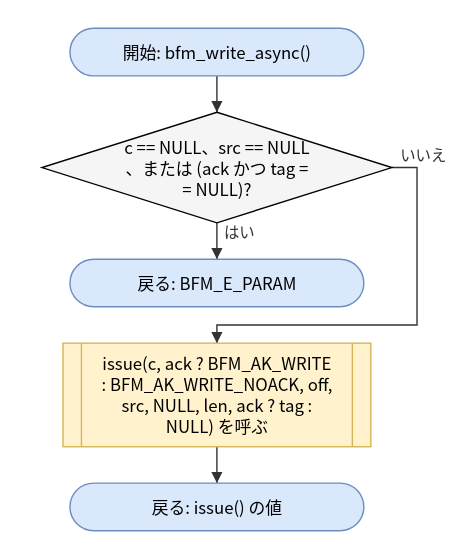
The draw.io diagram doc/spec/images/flow_src_bfm_async-bfm_write_async.drawio.svg in hf355051012-ai/bfmem, before a commit. Source tidied: cells renumbered, new cells last; positions are measured from the earlier drawing's top-left corner, leaving out a move shared by most shapes. The source it was exported from:
```xml
<mxGraphModel>
  <root>
    <mxCell id="0" />
    <mxCell id="1" parent="0" />
    <mxCell id="2" value="開始: bfm_write_async()" style="rounded=1;arcSize=50;whiteSpace=wrap;html=1;fillColor=#dae8fc;strokeColor=#6c8ebf;" parent="1" vertex="1">
      <mxGeometry x="20" width="210" height="34" as="geometry" />
    </mxCell>
    <mxCell id="3" value="c == NULL、src == NULL&lt;br&gt;、または (ack かつ tag =&lt;br&gt;= NULL)?" style="rhombus;whiteSpace=wrap;html=1;fillColor=#f5f5f5;" parent="1" vertex="1">
      <mxGeometry y="60" width="250" height="79" as="geometry" />
    </mxCell>
    <mxCell id="4" value="戻る: BFM_E_PARAM" style="rounded=1;arcSize=50;whiteSpace=wrap;html=1;fillColor=#dae8fc;strokeColor=#6c8ebf;" parent="1" vertex="1">
      <mxGeometry x="20" y="165" width="210" height="34" as="geometry" />
    </mxCell>
    <mxCell id="5" value="issue(c, ack ? BFM_AK_WRITE&lt;br&gt;: BFM_AK_WRITE_NOACK, off,&lt;br&gt;src, NULL, len, ack ? tag :&lt;br&gt;NULL) を呼ぶ" style="shape=process;whiteSpace=wrap;html=1;backgroundOutline=1;size=0.06;fillColor=#fff2cc;strokeColor=#d6b656;" parent="1" vertex="1">
      <mxGeometry x="15" y="225" width="220" height="74" as="geometry" />
    </mxCell>
    <mxCell id="6" value="戻る: issue() の値" style="rounded=1;arcSize=50;whiteSpace=wrap;html=1;fillColor=#dae8fc;strokeColor=#6c8ebf;" parent="1" vertex="1">
      <mxGeometry x="20" y="325" width="210" height="34" as="geometry" />
    </mxCell>
    <mxCell id="7" style="edgeStyle=none;html=1;rounded=0;endArrow=block;endFill=1;exitX=0.5000;exitY=1.0000;exitDx=0;exitDy=0;exitPerimeter=0;entryX=0.5000;entryY=0.0000;entryDx=0;entryDy=0;entryPerimeter=0;" parent="1" edge="1" source="2" target="3">
      <mxGeometry relative="1" as="geometry" />
    </mxCell>
    <mxCell id="8" value="はい" style="edgeStyle=none;html=1;rounded=0;endArrow=block;endFill=1;exitX=0.5000;exitY=1.0000;exitDx=0;exitDy=0;exitPerimeter=0;entryX=0.5000;entryY=0.0000;entryDx=0;entryDy=0;entryPerimeter=0;" parent="1" edge="1" source="3" target="4">
      <mxGeometry relative="1" as="geometry" />
    </mxCell>
    <mxCell id="9" value="いいえ" style="edgeStyle=none;html=1;rounded=0;endArrow=block;endFill=1;exitX=1.0000;exitY=0.5000;exitDx=0;exitDy=0;exitPerimeter=0;entryX=0.5000;entryY=0.0000;entryDx=0;entryDy=0;entryPerimeter=0;" parent="1" edge="1" source="3" target="5">
      <mxGeometry relative="1" as="geometry">
        <Array as="points">
          <mxPoint x="268" y="99.5" />
          <mxPoint x="268" y="212" />
          <mxPoint x="125" y="212" />
        </Array>
      </mxGeometry>
    </mxCell>
    <mxCell id="10" style="edgeStyle=none;html=1;rounded=0;endArrow=block;endFill=1;exitX=0.5000;exitY=1.0000;exitDx=0;exitDy=0;exitPerimeter=0;entryX=0.5000;entryY=0.0000;entryDx=0;entryDy=0;entryPerimeter=0;" parent="1" edge="1" source="5" target="6">
      <mxGeometry relative="1" as="geometry" />
    </mxCell>
  </root>
</mxGraphModel>
```
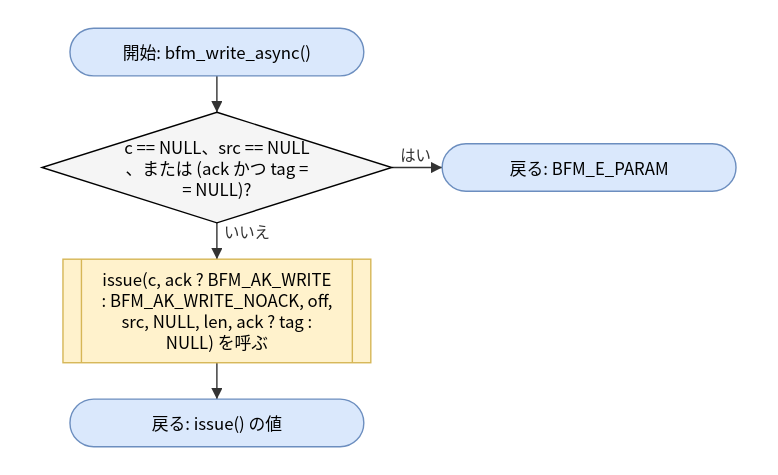
After the commit.

The edit, as a diff of the source:
```diff
@@ -9,28 +9,22 @@
       <mxGeometry y="60" width="250" height="79" as="geometry" />
     </mxCell>
     <mxCell id="4" value="戻る: BFM_E_PARAM" style="rounded=1;arcSize=50;whiteSpace=wrap;html=1;fillColor=#dae8fc;strokeColor=#6c8ebf;" parent="1" vertex="1">
-      <mxGeometry x="20" y="165" width="210" height="34" as="geometry" />
+      <mxGeometry x="286" y="82.5" width="210" height="34" as="geometry" />
     </mxCell>
     <mxCell id="5" value="issue(c, ack ? BFM_AK_WRITE&lt;br&gt;: BFM_AK_WRITE_NOACK, off,&lt;br&gt;src, NULL, len, ack ? tag :&lt;br&gt;NULL) を呼ぶ" style="shape=process;whiteSpace=wrap;html=1;backgroundOutline=1;size=0.06;fillColor=#fff2cc;strokeColor=#d6b656;" parent="1" vertex="1">
-      <mxGeometry x="15" y="225" width="220" height="74" as="geometry" />
+      <mxGeometry x="15" y="165" width="220" height="74" as="geometry" />
     </mxCell>
     <mxCell id="6" value="戻る: issue() の値" style="rounded=1;arcSize=50;whiteSpace=wrap;html=1;fillColor=#dae8fc;strokeColor=#6c8ebf;" parent="1" vertex="1">
-      <mxGeometry x="20" y="325" width="210" height="34" as="geometry" />
+      <mxGeometry x="20" y="265" width="210" height="34" as="geometry" />
     </mxCell>
     <mxCell id="7" style="edgeStyle=none;html=1;rounded=0;endArrow=block;endFill=1;exitX=0.5000;exitY=1.0000;exitDx=0;exitDy=0;exitPerimeter=0;entryX=0.5000;entryY=0.0000;entryDx=0;entryDy=0;entryPerimeter=0;" parent="1" edge="1" source="2" target="3">
       <mxGeometry relative="1" as="geometry" />
     </mxCell>
-    <mxCell id="8" value="はい" style="edgeStyle=none;html=1;rounded=0;endArrow=block;endFill=1;exitX=0.5000;exitY=1.0000;exitDx=0;exitDy=0;exitPerimeter=0;entryX=0.5000;entryY=0.0000;entryDx=0;entryDy=0;entryPerimeter=0;" parent="1" edge="1" source="3" target="4">
+    <mxCell id="8" value="はい" style="edgeStyle=none;html=1;rounded=0;endArrow=block;endFill=1;exitX=1.0000;exitY=0.5000;exitDx=0;exitDy=0;exitPerimeter=0;entryX=0.0000;entryY=0.5000;entryDx=0;entryDy=0;entryPerimeter=0;" parent="1" edge="1" source="3" target="4">
       <mxGeometry relative="1" as="geometry" />
     </mxCell>
-    <mxCell id="9" value="いいえ" style="edgeStyle=none;html=1;rounded=0;endArrow=block;endFill=1;exitX=1.0000;exitY=0.5000;exitDx=0;exitDy=0;exitPerimeter=0;entryX=0.5000;entryY=0.0000;entryDx=0;entryDy=0;entryPerimeter=0;" parent="1" edge="1" source="3" target="5">
-      <mxGeometry relative="1" as="geometry">
-        <Array as="points">
-          <mxPoint x="268" y="99.5" />
-          <mxPoint x="268" y="212" />
-          <mxPoint x="125" y="212" />
-        </Array>
-      </mxGeometry>
+    <mxCell id="9" value="いいえ" style="edgeStyle=none;html=1;rounded=0;endArrow=block;endFill=1;exitX=0.5000;exitY=1.0000;exitDx=0;exitDy=0;exitPerimeter=0;entryX=0.5000;entryY=0.0000;entryDx=0;entryDy=0;entryPerimeter=0;" parent="1" edge="1" source="3" target="5">
+      <mxGeometry relative="1" as="geometry" />
     </mxCell>
     <mxCell id="10" style="edgeStyle=none;html=1;rounded=0;endArrow=block;endFill=1;exitX=0.5000;exitY=1.0000;exitDx=0;exitDy=0;exitPerimeter=0;entryX=0.5000;entryY=0.0000;entryDx=0;entryDy=0;entryPerimeter=0;" parent="1" edge="1" source="5" target="6">
       <mxGeometry relative="1" as="geometry" />
```
